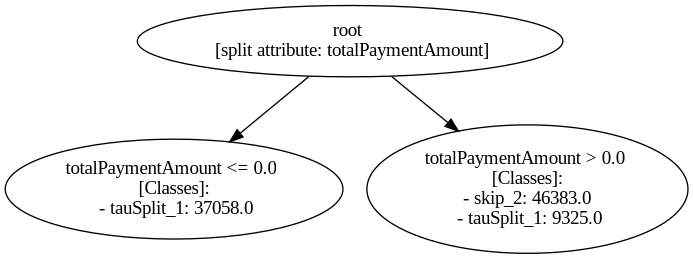
piepor/multiple-paths-decision-mining keeps this Graphviz diagram as figures/Road_Traffic_Fine_Management_Process-p_2-6.gv.png. Above is the earlier version. Its source is kept beside it as figures/Road_Traffic_Fine_Management_Process-p_2-6.gv.
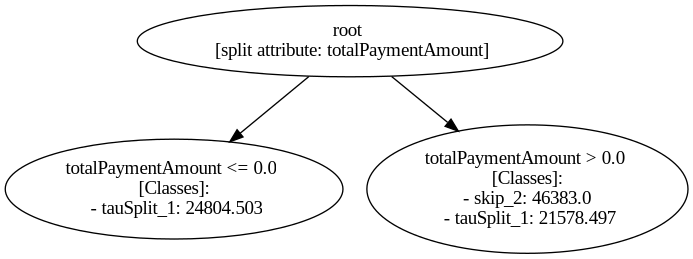
Above is the later version.

What changed in the source:
```diff
@@ -1,13 +1,13 @@
 digraph "Road_Traffic_Fine_Management_Process-p_2-6" {
-	"d929ffdf-a25c-43c9-af5c-bbcd098e50a7" [label="root
+	"202b562b-993a-45c4-b423-acc1a2c65f1f" [label="root
  [split attribute: totalPaymentAmount]"]
-	"6b227210-6f4a-4ce1-bfe5-e1c7d9e24a77" [label="totalPaymentAmount <= 0.0
+	"32b253f2-ad64-46ab-8095-96139ec1c56a" [label="totalPaymentAmount <= 0.0
  [Classes]:
- - tauSplit_1: 37058.0"]
-	"d929ffdf-a25c-43c9-af5c-bbcd098e50a7" -> "6b227210-6f4a-4ce1-bfe5-e1c7d9e24a77"
-	"38dd3c1b-d58e-44d1-8db3-7b63d4c16eb9" [label="totalPaymentAmount > 0.0
+ - tauSplit_1: 24804.503"]
+	"202b562b-993a-45c4-b423-acc1a2c65f1f" -> "32b253f2-ad64-46ab-8095-96139ec1c56a"
+	"4424ceb3-14fc-48b6-9851-477d0182404d" [label="totalPaymentAmount > 0.0
  [Classes]:
  - skip_2: 46383.0
- - tauSplit_1: 9325.0"]
-	"d929ffdf-a25c-43c9-af5c-bbcd098e50a7" -> "38dd3c1b-d58e-44d1-8db3-7b63d4c16eb9"
+ - tauSplit_1: 21578.497"]
+	"202b562b-993a-45c4-b423-acc1a2c65f1f" -> "4424ceb3-14fc-48b6-9851-477d0182404d"
 }
```
